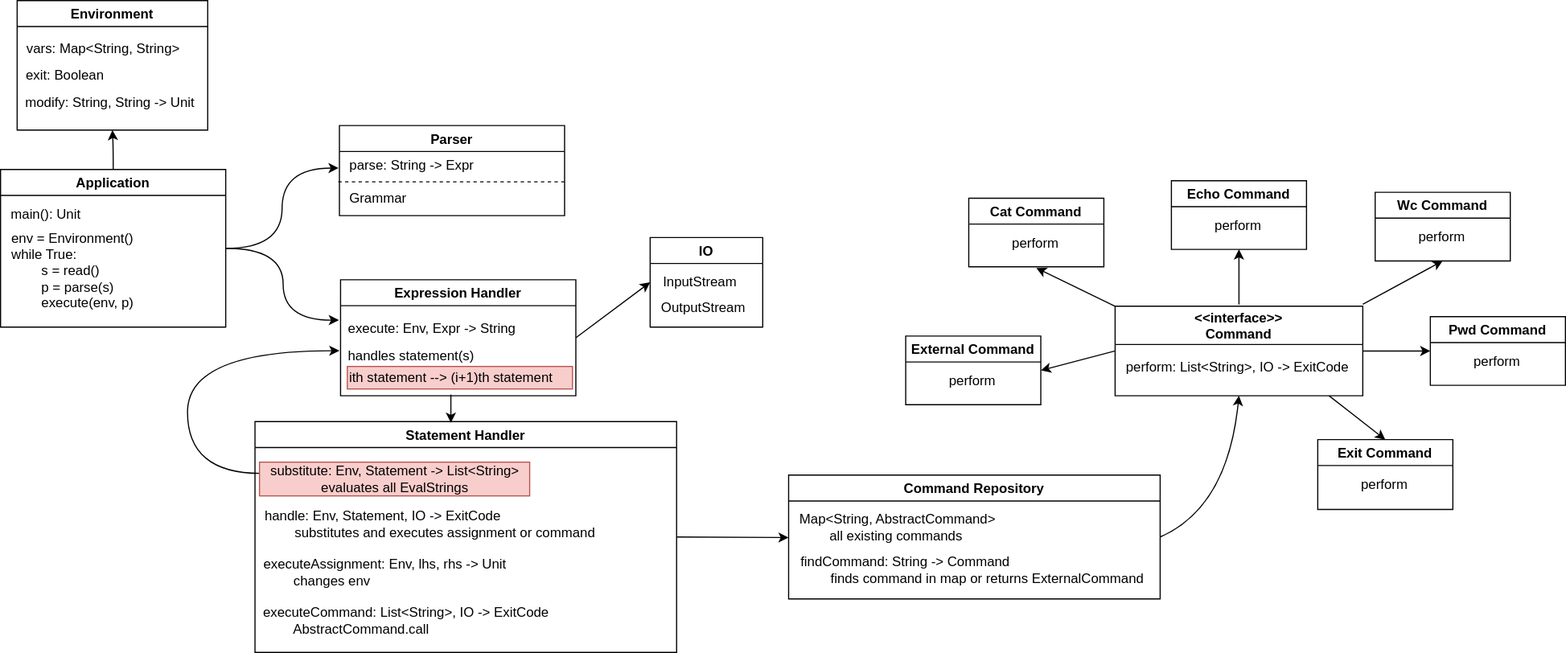
Earlier version of the draw.io export hw01/hw01.svg (kibrq/sd-practice). Source tidied: cells renumbered, new cells last; positions are measured from the earlier drawing's top-left corner, leaving out a move shared by most shapes.
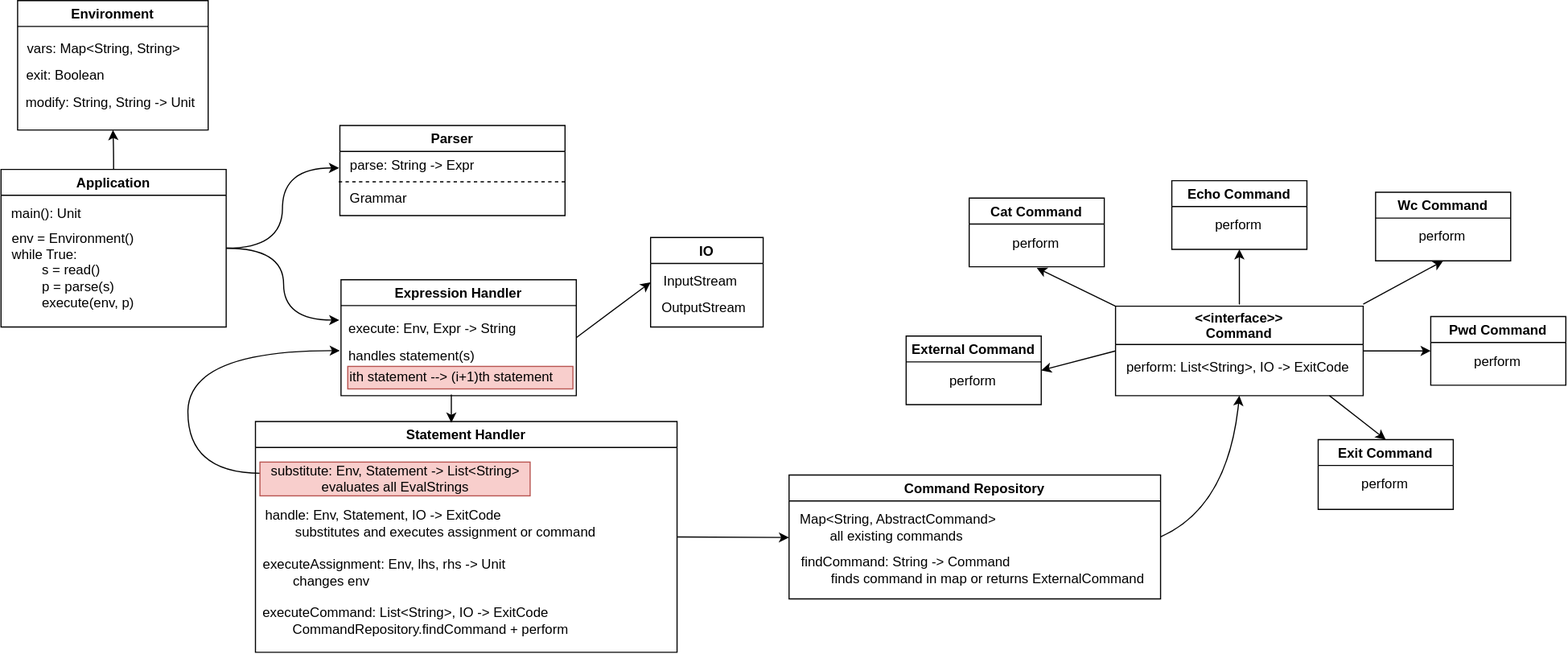
Above is the later version.

Change to the diagram source:
```diff
@@ -59,8 +59,8 @@
     <mxCell id="19" value="handle:&amp;nbsp;&lt;span style=&quot;text-align: center&quot;&gt;Env, Statement, IO -&amp;gt; ExitCode&lt;br&gt;&lt;span style=&quot;white-space: pre&quot;&gt;&#9;&lt;/span&gt;substitutes and executes assignment or command&lt;br&gt;&lt;/span&gt;" style="text;html=1;align=left;verticalAlign=middle;strokeColor=none;fillColor=none;" parent="17" vertex="1">
       <mxGeometry x="6.5" y="76" width="310" height="30" as="geometry" />
     </mxCell>
-    <mxCell id="20" value="&lt;div style=&quot;text-align: left&quot;&gt;&lt;span&gt;executeCommand: List&amp;lt;String&amp;gt;, IO -&amp;gt; ExitCode&lt;/span&gt;&lt;/div&gt;&lt;div style=&quot;text-align: left&quot;&gt;&lt;span&gt;&lt;span style=&quot;white-space: pre&quot;&gt;&#9;&lt;/span&gt;AbstractCommand.call&lt;br&gt;&lt;/span&gt;&lt;/div&gt;" style="text;html=1;align=center;verticalAlign=middle;strokeColor=none;fillColor=none;" parent="17" vertex="1">
-      <mxGeometry x="-1.5" y="162" width="270" height="30" as="geometry" />
+    <mxCell id="20" value="&lt;div style=&quot;text-align: left&quot;&gt;&lt;span&gt;executeCommand: List&amp;lt;String&amp;gt;, IO -&amp;gt; ExitCode&lt;/span&gt;&lt;/div&gt;&lt;div style=&quot;text-align: left&quot;&gt;&lt;span&gt;&lt;span style=&quot;white-space: pre&quot;&gt;&#9;&lt;/span&gt;CommandRepository.findCommand + perform&lt;br&gt;&lt;/span&gt;&lt;/div&gt;" style="text;html=1;align=center;verticalAlign=middle;strokeColor=none;fillColor=none;" parent="17" vertex="1">
+      <mxGeometry x="-3" y="162" width="290" height="30" as="geometry" />
     </mxCell>
     <mxCell id="21" style="group;" parent="1" vertex="1">
       <mxGeometry x="14" width="170" height="115" as="geometry" />
```
